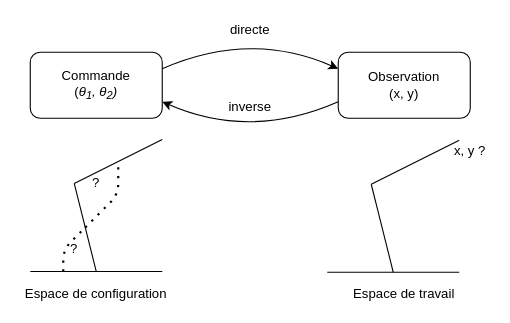
Above: rapport/graphics/Modelisation_Diagram.drawio in lukyky414/Goal_Babling (draw.io), before the change. Source tidied: cells renumbered, new cells numbered last; positions are measured from the earlier drawing's top-left corner, leaving out a move shared by most shapes. Both pictures are drawn from the tidied source at 110%, with x=0, y=0 at pixel (19, 19).
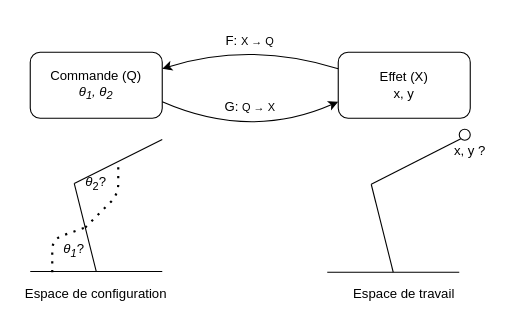
The same diagram, later.

What changed in the source:
```diff
@@
-    <mxCell id="2" value="&lt;div&gt;Commande&lt;/div&gt;(&lt;i&gt;θ&lt;sub&gt;1&lt;/sub&gt;, &lt;/i&gt;&lt;i&gt;&lt;i&gt;θ&lt;sub&gt;2&lt;/sub&gt;)&lt;/i&gt;&lt;/i&gt;" style="rounded=1;whiteSpace=wrap;html=1;" parent="1" vertex="1">
+    <mxCell id="2" value="&lt;div&gt;Commande (Q)&lt;br&gt;&lt;/div&gt;&lt;i&gt;θ&lt;sub&gt;1&lt;/sub&gt;, &lt;/i&gt;&lt;i&gt;&lt;i&gt;θ&lt;sub&gt;2&lt;/sub&gt;&lt;/i&gt;&lt;/i&gt;" style="rounded=1;whiteSpace=wrap;html=1;" parent="1" vertex="1">
       <mxGeometry x="10" y="30" width="120" height="60" as="geometry" />
     </mxCell>
-    <mxCell id="3" value="&lt;div&gt;Observation&lt;/div&gt;(x, y)" style="rounded=1;whiteSpace=wrap;html=1;" parent="1" vertex="1">
+    <mxCell id="3" value="&lt;div&gt;Effet (X)&lt;br&gt;&lt;/div&gt;x, y" style="rounded=1;whiteSpace=wrap;html=1;" parent="1" vertex="1">
       <mxGeometry x="290" y="30" width="120" height="60" as="geometry" />
     </mxCell>
-    <mxCell id="4" style="curved=1;endArrow=classic;html=1;exitX=1;exitY=0.25;exitDx=0;exitDy=0;entryX=0;entryY=0.25;entryDx=0;entryDy=0;" parent="1" edge="1" source="2" target="3">
+    <mxCell id="4" style="curved=1;endArrow=classic;html=1;exitX=1;exitY=0.75;exitDx=0;exitDy=0;entryX=0;entryY=0.75;entryDx=0;entryDy=0;" parent="1" edge="1" source="2" target="3">
       <mxGeometry relative="1" as="geometry">
         <Array as="points">
-          <mxPoint x="210" y="10" />
+          <mxPoint x="210" y="110" />
         </Array>
       </mxGeometry>
     </mxCell>
-    <mxCell id="5" style="curved=1;endArrow=classic;html=1;exitX=0;exitY=0.75;exitDx=0;exitDy=0;entryX=1;entryY=0.75;entryDx=0;entryDy=0;" parent="1" edge="1" source="3" target="2">
+    <mxCell id="5" style="curved=1;endArrow=classic;html=1;exitX=0;exitY=0.25;exitDx=0;exitDy=0;entryX=1;entryY=0.25;entryDx=0;entryDy=0;" parent="1" edge="1" source="3" target="2">
       <mxGeometry relative="1" as="geometry">
         <Array as="points">
-          <mxPoint x="210" y="110" />
+          <mxPoint x="210" y="20" />
         </Array>
       </mxGeometry>
     </mxCell>
-    <mxCell id="6" value="directe" style="text;html=1;strokeColor=none;fillColor=none;align=center;verticalAlign=middle;whiteSpace=wrap;rounded=0;" parent="1" vertex="1">
-      <mxGeometry x="190" width="40" height="20" as="geometry" />
+    <mxCell id="6" value="G: &lt;font size=&quot;1&quot;&gt;Q → X&lt;/font&gt;" style="text;html=1;strokeColor=none;fillColor=none;align=center;verticalAlign=middle;whiteSpace=wrap;rounded=0;" parent="1" vertex="1">
+      <mxGeometry x="185" y="70" width="50" height="20" as="geometry" />
     </mxCell>
-    <mxCell id="7" value="inverse" style="text;html=1;strokeColor=none;fillColor=none;align=center;verticalAlign=middle;whiteSpace=wrap;rounded=0;" parent="1" vertex="1">
-      <mxGeometry x="190" y="70" width="40" height="20" as="geometry" />
+    <mxCell id="7" value="F: &lt;font size=&quot;1&quot;&gt;X → Q&lt;/font&gt;" style="text;html=1;strokeColor=none;fillColor=none;align=center;verticalAlign=middle;whiteSpace=wrap;rounded=0;" parent="1" vertex="1">
+      <mxGeometry x="185" y="10" width="50" height="20" as="geometry" />
     </mxCell>
@@
     <mxCell id="11" style="endArrow=none;dashed=1;html=1;dashPattern=1 3;strokeWidth=2;" parent="1" edge="1">
       <mxGeometry relative="1" as="geometry">
-        <mxPoint x="40" y="229.3" as="sourcePoint" />
+        <mxPoint x="30" y="230" as="sourcePoint" />
         <mxPoint x="60" y="189.3" as="targetPoint" />
         <Array as="points">
-          <mxPoint x="40" y="209.3" />
+          <mxPoint x="30" y="200" />
         </Array>
       </mxGeometry>
     </mxCell>
@@
-    <mxCell id="13" value="?" style="text;html=1;strokeColor=none;fillColor=none;align=center;verticalAlign=middle;whiteSpace=wrap;rounded=0;" parent="1" vertex="1">
-      <mxGeometry x="30" y="199.3" width="40" height="20" as="geometry" />
+    <mxCell id="13" value="&lt;i&gt;θ&lt;sub&gt;1&lt;/sub&gt;&lt;/i&gt;?" style="text;html=1;strokeColor=none;fillColor=none;align=center;verticalAlign=middle;whiteSpace=wrap;rounded=0;" parent="1" vertex="1">
+      <mxGeometry x="30" y="200" width="40" height="20" as="geometry" />
     </mxCell>
-    <mxCell id="14" value="?" style="text;html=1;strokeColor=none;fillColor=none;align=center;verticalAlign=middle;whiteSpace=wrap;rounded=0;" parent="1" vertex="1">
+    <mxCell id="14" value="&lt;i&gt;θ&lt;/i&gt;&lt;sub&gt;2&lt;/sub&gt;?" style="text;html=1;strokeColor=none;fillColor=none;align=center;verticalAlign=middle;whiteSpace=wrap;rounded=0;" parent="1" vertex="1">
       <mxGeometry x="50" y="139.3" width="40" height="20" as="geometry" />
     </mxCell>
@@
-    <mxCell id="17" style="endArrow=none;html=1;" parent="1" edge="1">
+    <mxCell id="17" style="endArrow=none;html=1;entryX=0;entryY=1;entryDx=0;entryDy=0;" parent="1" edge="1" target="21">
       <mxGeometry relative="1" as="geometry">
         <mxPoint x="320" y="150" as="sourcePoint" />
-        <mxPoint x="400" y="110" as="targetPoint" />
       </mxGeometry>
     </mxCell>
@@
+    <mxCell id="21" style="ellipse;whiteSpace=wrap;html=1;" parent="1" vertex="1">
+      <mxGeometry x="400" y="100" width="10" height="10" as="geometry" />
+    </mxCell>
```
